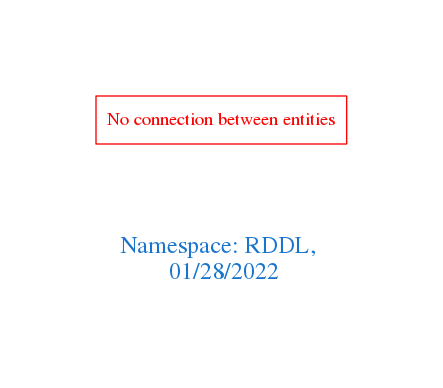
Earlier version of the Graphviz export downloads/RDDL.png (arago/OGIT). Its source is kept beside it as downloads/RDDL.dot.
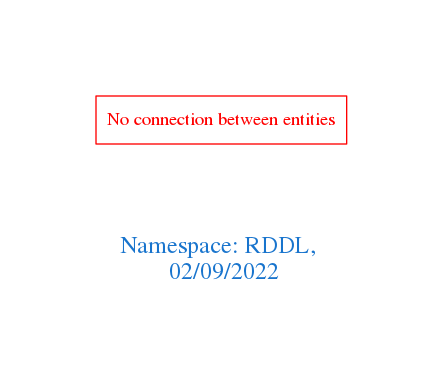
The same diagram one commit later.

Change to the diagram source:
```diff
@@ -1,7 +1,7 @@
 digraph OGIT_ontology {
  graph [ rankdir= LR,pad=1
 fontsize = 18,
-fontcolor= dodgerblue3,label = "\n\n\nNamespace: RDDL, \n 01/28/2022"];
+fontcolor= dodgerblue3,label = "\n\n\nNamespace: RDDL, \n 02/09/2022"];
 node[shape=polygon];
 edge [  color="gray81"];
 
```
